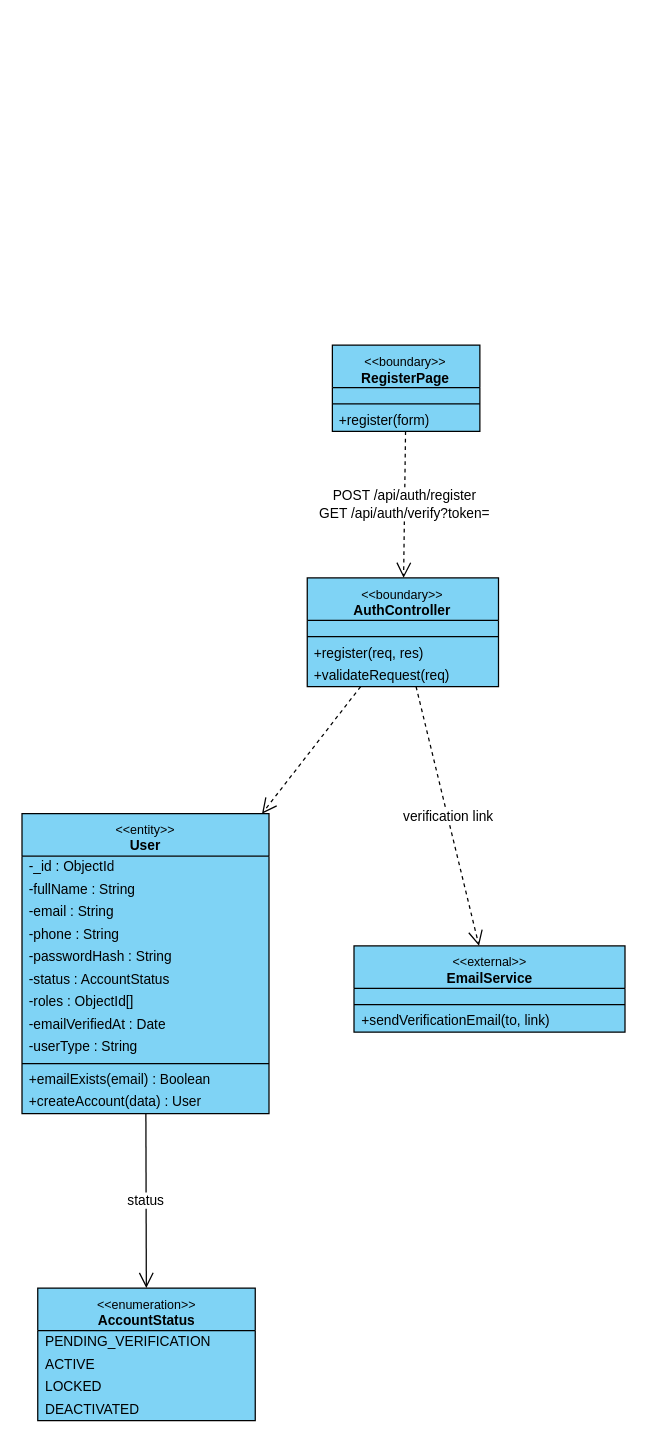
Before: final/diagrams/M2_Auth-And-Administration_Diagrams/class_diagrams/CD-06_UC-G16_RegisterAccount.drawio in toikobi401/SWD392, a draw.io diagram. Source tidied: cells renumbered, new cells numbered last; positions are measured from the earlier drawing's top-left corner, leaving out a move shared by most shapes. Both pictures are drawn from the tidied source at 125%, with x=0, y=0 at pixel (21, 344).
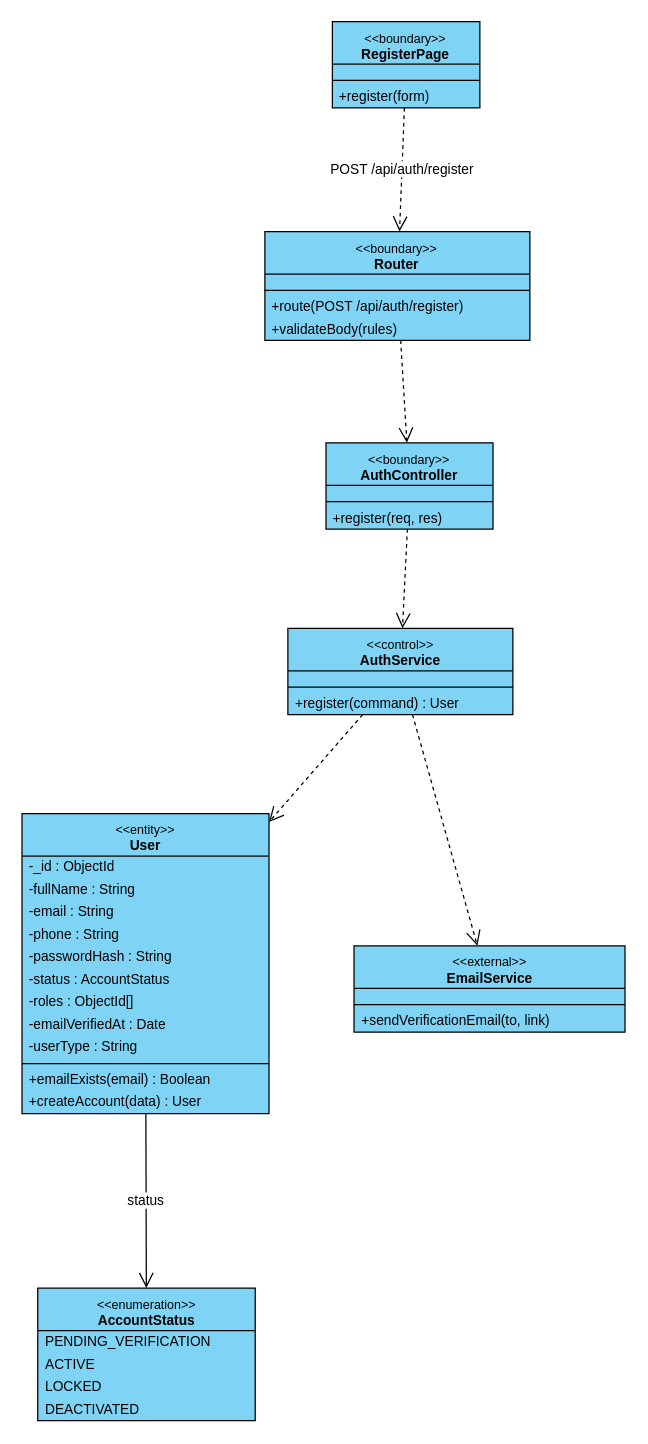
The same page after the edit.

The change refers to these unchanged cells:
```xml
<mxCell id="11" value="&lt;font style=&quot;font-size:10px&quot;&gt;&amp;lt;&amp;lt;entity&amp;gt;&amp;gt;&lt;/font&gt;&lt;br&gt;&lt;b&gt;User&lt;/b&gt;" style="swimlane;fontStyle=0;align=center;verticalAlign=top;horizontal=1;startSize=34;html=1;whiteSpace=wrap;fontSize=11;fillColor=#7fd3f5;swimlaneFillColor=#7fd3f5;strokeColor=#000000;" parent="1" vertex="1">
  <mxGeometry x="0.1" y="375.4" width="197.6" height="240" as="geometry" />
</mxCell>
<mxCell id="24" value="&lt;font style=&quot;font-size:10px&quot;&gt;&amp;lt;&amp;lt;external&amp;gt;&amp;gt;&lt;/font&gt;&lt;br&gt;&lt;b&gt;EmailService&lt;/b&gt;" style="swimlane;fontStyle=0;align=center;verticalAlign=top;horizontal=1;startSize=34;html=1;whiteSpace=wrap;fontSize=11;fillColor=#7fd3f5;swimlaneFillColor=#7fd3f5;strokeColor=#000000;" parent="1" vertex="1">
  <mxGeometry x="265.7" y="481.2" width="216.8" height="69" as="geometry" />
</mxCell>
<mxCell id="28" value="&lt;font style=&quot;font-size:10px&quot;&gt;&amp;lt;&amp;lt;enumeration&amp;gt;&amp;gt;&lt;/font&gt;&lt;br&gt;&lt;b&gt;AccountStatus&lt;/b&gt;" style="swimlane;fontStyle=0;align=center;verticalAlign=top;horizontal=1;startSize=34;html=1;whiteSpace=wrap;fontSize=11;fillColor=#7fd3f5;swimlaneFillColor=#7fd3f5;strokeColor=#000000;" parent="1" vertex="1">
  <mxGeometry x="12.7" y="754.9" width="174" height="106" as="geometry" />
</mxCell>
```

Diff of the diagram source:
```diff
@@
     <mxCell id="2" value="&lt;font style=&quot;font-size:10px&quot;&gt;&amp;lt;&amp;lt;boundary&amp;gt;&amp;gt;&lt;/font&gt;&lt;br&gt;&lt;b&gt;RegisterPage&lt;/b&gt;" style="swimlane;fontStyle=0;align=center;verticalAlign=top;horizontal=1;startSize=34;html=1;whiteSpace=wrap;fontSize=11;fillColor=#7fd3f5;swimlaneFillColor=#7fd3f5;strokeColor=#000000;" parent="1" vertex="1">
-      <mxGeometry x="248.4" y="0.5" width="118" height="69" as="geometry" />
+      <mxGeometry x="248.4" y="-258.2" width="118" height="69" as="geometry" />
     </mxCell>
@@
+    <mxCell id="37" value="&lt;font style=&quot;font-size:10px&quot;&gt;&amp;lt;&amp;lt;boundary&amp;gt;&amp;gt;&lt;/font&gt;&lt;br&gt;&lt;b&gt;Router&lt;/b&gt;" style="swimlane;fontStyle=0;align=center;verticalAlign=top;horizontal=1;startSize=34;html=1;whiteSpace=wrap;fontSize=11;fillColor=#7fd3f5;swimlaneFillColor=#7fd3f5;strokeColor=#000000;" parent="1" vertex="1">
+      <mxGeometry x="194.4" y="-90.3" width="212" height="87" as="geometry" />
+    </mxCell>
+    <mxCell id="38" style="text;strokeColor=none;fillColor=none;html=1;" parent="37" vertex="1">
+      <mxGeometry y="34" width="212" height="9" as="geometry" />
+    </mxCell>
+    <mxCell id="39" style="line;strokeWidth=1;fillColor=none;align=left;verticalAlign=middle;spacingTop=-1;spacingLeft=3;spacingRight=3;labelPosition=right;strokeColor=#000000;" parent="37" vertex="1">
+      <mxGeometry y="43" width="212" height="8" as="geometry" />
+    </mxCell>
+    <mxCell id="40" value="+route(POST /api/auth/register)" style="text;strokeColor=none;fillColor=none;align=left;verticalAlign=middle;spacingLeft=4;spacingRight=4;overflow=hidden;whiteSpace=nowrap;html=1;fontSize=11;" parent="37" vertex="1">
+      <mxGeometry y="51" width="212" height="18" as="geometry" />
+    </mxCell>
+    <mxCell id="41" value="+validateBody(rules)" style="text;strokeColor=none;fillColor=none;align=left;verticalAlign=middle;spacingLeft=4;spacingRight=4;overflow=hidden;whiteSpace=nowrap;html=1;fontSize=11;" parent="37" vertex="1">
+      <mxGeometry y="69" width="212" height="18" as="geometry" />
+    </mxCell>
     <mxCell id="6" value="&lt;font style=&quot;font-size:10px&quot;&gt;&amp;lt;&amp;lt;boundary&amp;gt;&amp;gt;&lt;/font&gt;&lt;br&gt;&lt;b&gt;AuthController&lt;/b&gt;" style="swimlane;fontStyle=0;align=center;verticalAlign=top;horizontal=1;startSize=34;html=1;whiteSpace=wrap;fontSize=11;fillColor=#7fd3f5;swimlaneFillColor=#7fd3f5;strokeColor=#000000;" parent="1" vertex="1">
-      <mxGeometry x="228.3" y="186.8" width="153" height="87" as="geometry" />
+      <mxGeometry x="243.3" y="78.7" width="133.6" height="69" as="geometry" />
     </mxCell>
     <mxCell id="7" style="text;strokeColor=none;fillColor=none;html=1;" parent="6" vertex="1">
-      <mxGeometry y="34" width="153" height="9" as="geometry" />
+      <mxGeometry y="34" width="133.6" height="9" as="geometry" />
     </mxCell>
     <mxCell id="8" style="line;strokeWidth=1;fillColor=none;align=left;verticalAlign=middle;spacingTop=-1;spacingLeft=3;spacingRight=3;labelPosition=right;strokeColor=#000000;" parent="6" vertex="1">
-      <mxGeometry y="43" width="153" height="8" as="geometry" />
+      <mxGeometry y="43" width="133.6" height="8" as="geometry" />
     </mxCell>
     <mxCell id="9" value="+register(req, res)" style="text;strokeColor=none;fillColor=none;align=left;verticalAlign=middle;spacingLeft=4;spacingRight=4;overflow=hidden;whiteSpace=nowrap;html=1;fontSize=11;" parent="6" vertex="1">
-      <mxGeometry y="51" width="153" height="18" as="geometry" />
+      <mxGeometry y="51" width="133.6" height="18" as="geometry" />
     </mxCell>
-    <mxCell id="10" value="+validateRequest(req)" style="text;strokeColor=none;fillColor=none;align=left;verticalAlign=middle;spacingLeft=4;spacingRight=4;overflow=hidden;whiteSpace=nowrap;html=1;fontSize=11;" parent="6" vertex="1">
-      <mxGeometry y="69" width="153" height="18" as="geometry" />
-    </mxCell>
+    <mxCell id="42" value="&lt;font style=&quot;font-size:10px&quot;&gt;&amp;lt;&amp;lt;control&amp;gt;&amp;gt;&lt;/font&gt;&lt;br&gt;&lt;b&gt;AuthService&lt;/b&gt;" style="swimlane;fontStyle=0;align=center;verticalAlign=top;horizontal=1;startSize=34;html=1;whiteSpace=wrap;fontSize=11;fillColor=#7fd3f5;swimlaneFillColor=#7fd3f5;strokeColor=#000000;" parent="1" vertex="1">
+      <mxGeometry x="212.8" y="227.1" width="180" height="69" as="geometry" />
+    </mxCell>
+    <mxCell id="43" style="text;strokeColor=none;fillColor=none;html=1;" parent="42" vertex="1">
+      <mxGeometry y="34" width="180" height="9" as="geometry" />
+    </mxCell>
+    <mxCell id="44" style="line;strokeWidth=1;fillColor=none;align=left;verticalAlign=middle;spacingTop=-1;spacingLeft=3;spacingRight=3;labelPosition=right;strokeColor=#000000;" parent="42" vertex="1">
+      <mxGeometry y="43" width="180" height="8" as="geometry" />
+    </mxCell>
+    <mxCell id="45" value="+register(command) : User" style="text;strokeColor=none;fillColor=none;align=left;verticalAlign=middle;spacingLeft=4;spacingRight=4;overflow=hidden;whiteSpace=nowrap;html=1;fontSize=11;" parent="42" vertex="1">
+      <mxGeometry y="51" width="180" height="18" as="geometry" />
+    </mxCell>
@@
-    <mxCell id="33" value="POST /api/auth/register&lt;br&gt;GET /api/auth/verify?token=" style="html=1;rounded=0;fontSize=11;labelBackgroundColor=#ffffff;dashed=1;endArrow=open;endSize=10;" parent="1" edge="1" source="2" target="6">
+    <mxCell id="33" value="POST /api/auth/register" style="html=1;rounded=0;fontSize=11;labelBackgroundColor=#ffffff;dashed=1;endArrow=open;endSize=10;" parent="1" edge="1" source="2" target="37">
       <mxGeometry relative="1" as="geometry" />
     </mxCell>
-    <mxCell id="34" style="html=1;rounded=0;fontSize=11;labelBackgroundColor=#ffffff;dashed=1;endArrow=open;endSize=10;" parent="1" edge="1" source="6" target="11">
+    <mxCell id="34" style="html=1;rounded=0;fontSize=11;labelBackgroundColor=#ffffff;dashed=1;endArrow=open;endSize=10;" parent="1" edge="1" source="37" target="6">
       <mxGeometry relative="1" as="geometry" />
     </mxCell>
-    <mxCell id="35" value="verification link" style="html=1;rounded=0;fontSize=11;labelBackgroundColor=#ffffff;dashed=1;endArrow=open;endSize=10;" parent="1" edge="1" source="6" target="24">
+    <mxCell id="35" style="html=1;rounded=0;fontSize=11;labelBackgroundColor=#ffffff;dashed=1;endArrow=open;endSize=10;" parent="1" edge="1" source="6" target="42">
       <mxGeometry relative="1" as="geometry" />
     </mxCell>
-    <mxCell id="36" value="status" style="html=1;rounded=0;fontSize=11;labelBackgroundColor=#ffffff;endArrow=open;endSize=10;" parent="1" edge="1" source="11" target="28">
+    <mxCell id="36" style="html=1;rounded=0;fontSize=11;labelBackgroundColor=#ffffff;dashed=1;endArrow=open;endSize=10;" parent="1" edge="1" source="42" target="11">
       <mxGeometry relative="1" as="geometry" />
     </mxCell>
+    <mxCell id="46" style="html=1;rounded=0;fontSize=11;labelBackgroundColor=#ffffff;dashed=1;endArrow=open;endSize=10;" parent="1" edge="1" source="42" target="24">
+      <mxGeometry relative="1" as="geometry" />
+    </mxCell>
+    <mxCell id="47" value="status" style="html=1;rounded=0;fontSize=11;labelBackgroundColor=#ffffff;endArrow=open;endSize=10;" parent="1" edge="1" source="11" target="28">
+      <mxGeometry relative="1" as="geometry" />
+    </mxCell>
```
